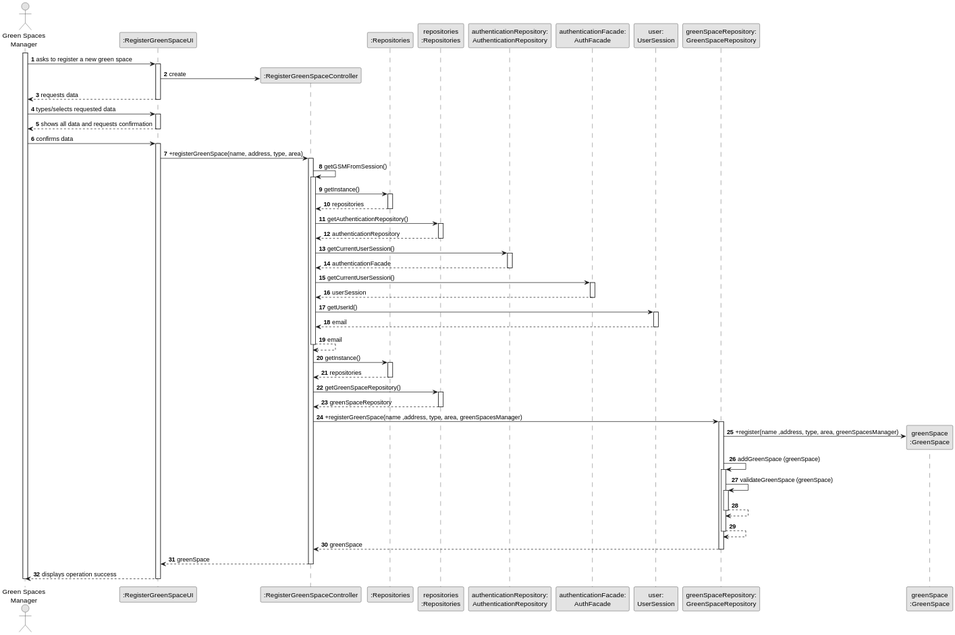
Before: docs/sprintA&B&C/us020/03.design/svg/us020-sequence-diagram-full.svg, a diagram exported from PlantUML (daniel41silva05/ISEP_2023_2024_LAPR2).
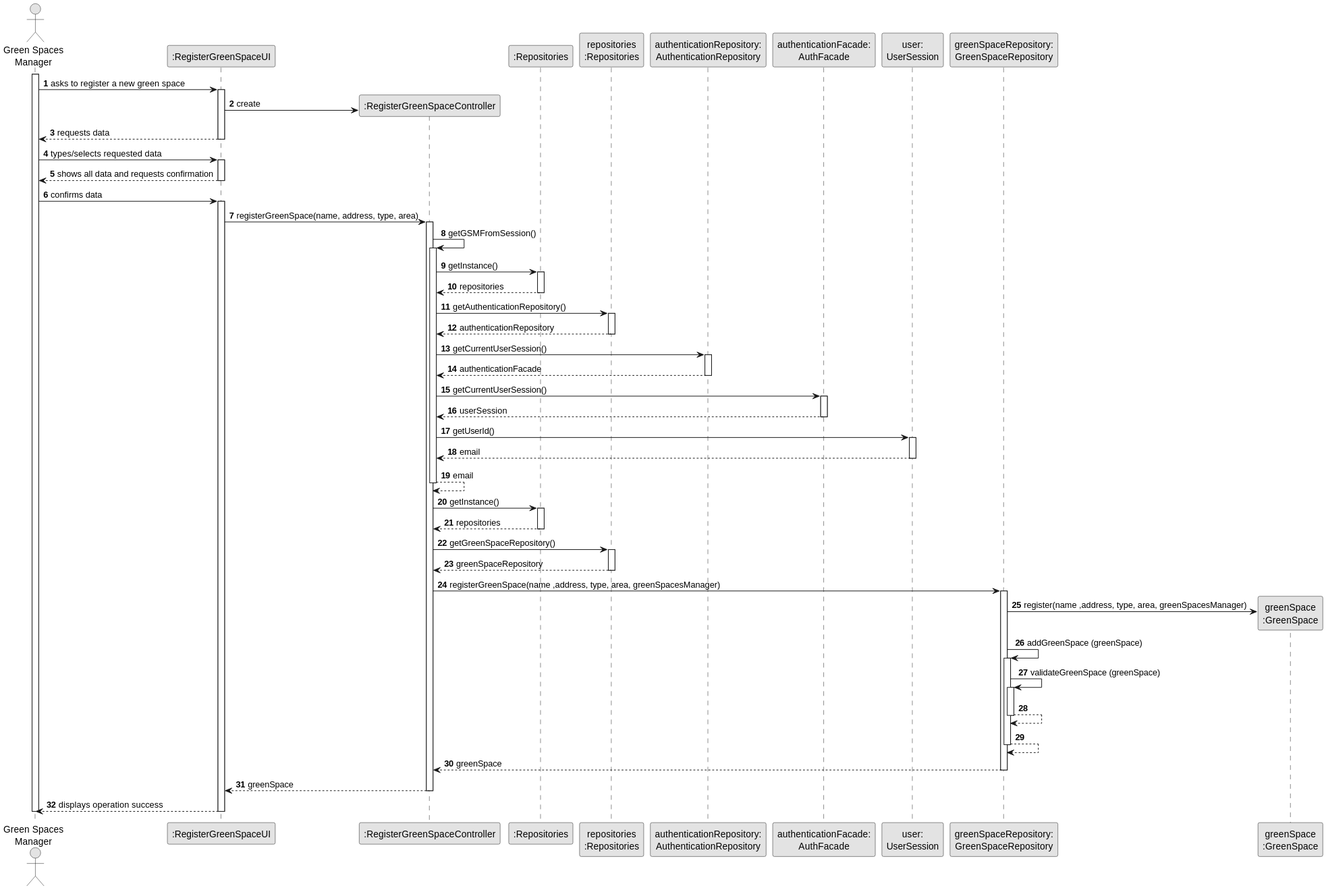
The same diagram one commit later.

What changed in the source:
```diff
@@ -35,7 +35,7 @@
     GSM -> UI : confirms data
     activate UI
 
-        UI -> CTRL: +registerGreenSpace(name, address, type, area)
+        UI -> CTRL: registerGreenSpace(name, address, type, area)
         activate CTRL
 
             CTRL -> CTRL: getGSMFromSession()
@@ -86,10 +86,10 @@
             REPS --> CTRL: greenSpaceRepository
             deactivate REPS
 
-            CTRL -> greenSpaceRepository: +registerGreenSpace(name ,address, type, area, greenSpacesManager)
+            CTRL -> greenSpaceRepository: registerGreenSpace(name ,address, type, area, greenSpacesManager)
             activate greenSpaceRepository
 
-                greenSpaceRepository -> GREENSPACE** : +register(name ,address, type, area, greenSpacesManager)
+                greenSpaceRepository -> GREENSPACE** : register(name ,address, type, area, greenSpacesManager)
 
                 greenSpaceRepository -> greenSpaceRepository: addGreenSpace (greenSpace)
                 activate greenSpaceRepository
```
